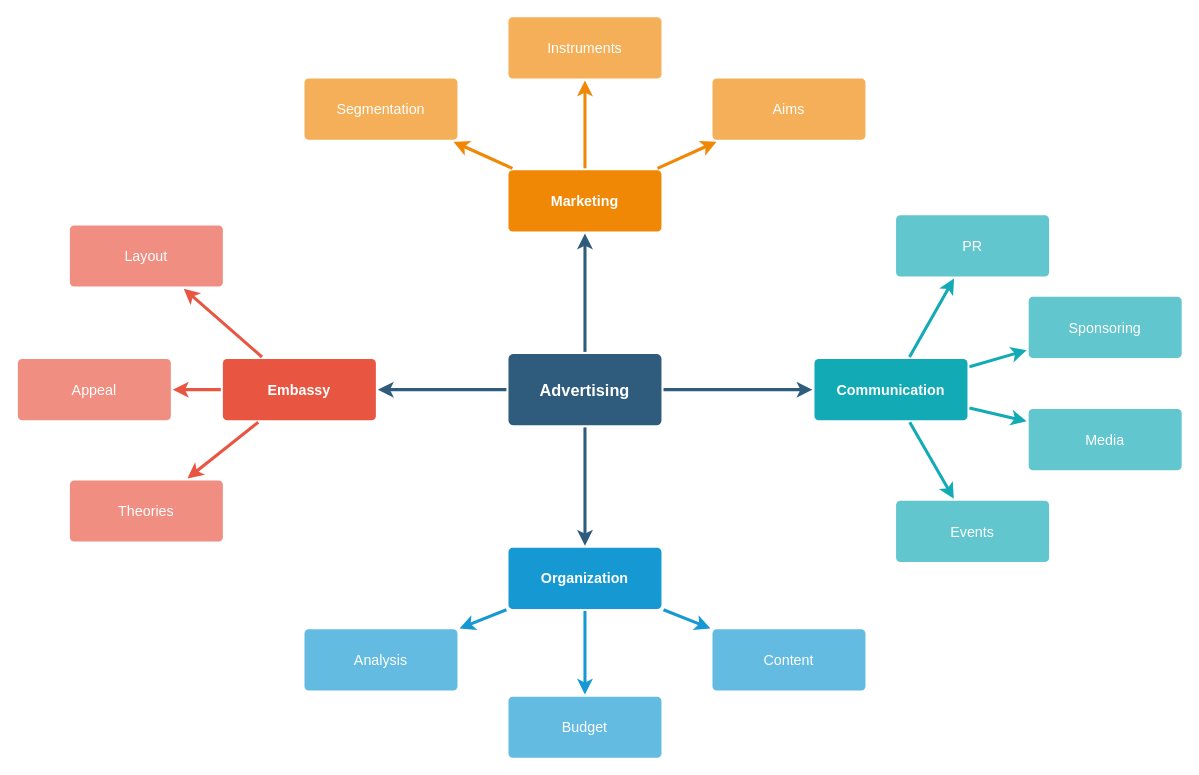
Earlier version of the draw.io diagram mindmaps.drawio (sivanandjothy/arkangel). Source tidied: cells renumbered, new cells numbered last; positions are measured from the earlier drawing's top-left corner, leaving out a move shared by most shapes. Both pictures are drawn from the tidied source at 102%, with x=0, y=0 at pixel (17, 16).
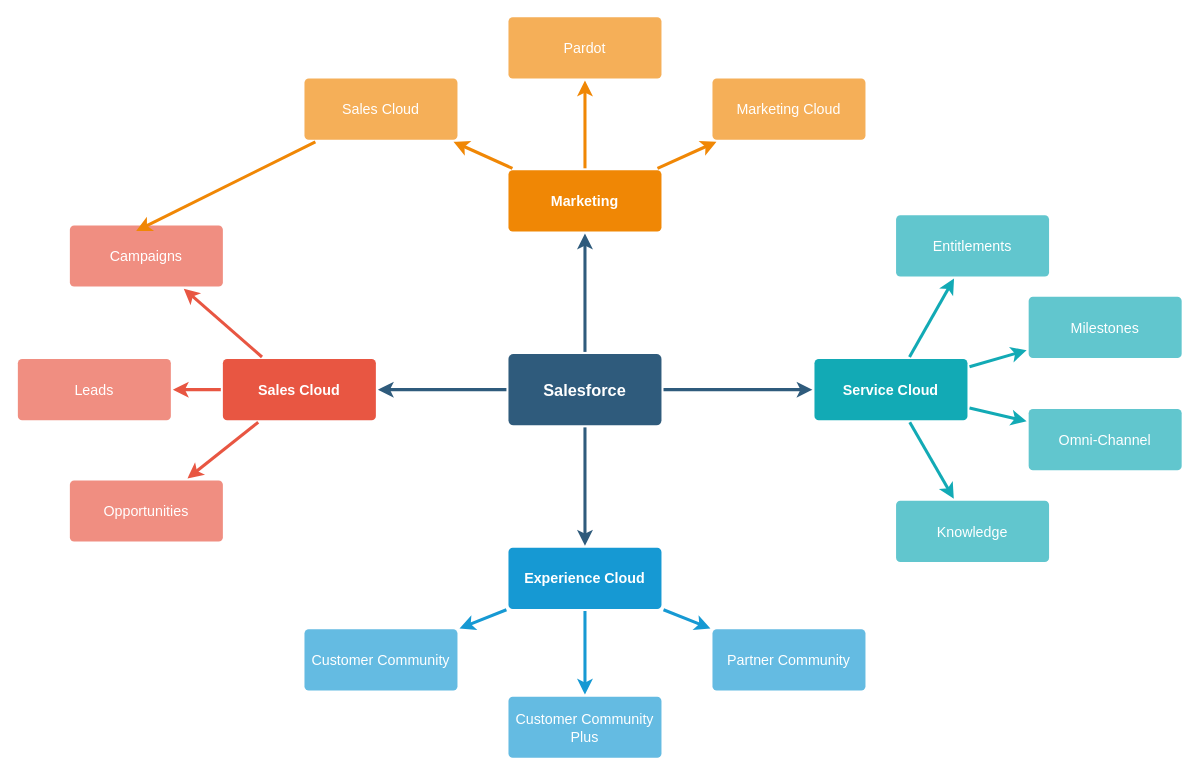
After the change.

What changed in the source:
```diff
@@
-    <mxCell id="6" value="Advertising" style="rounded=1;whiteSpace=wrap;html=1;shadow=0;labelBackgroundColor=none;strokeColor=none;strokeWidth=3;fillColor=#2F5B7C;fontFamily=Helvetica;fontSize=16;fontColor=#FFFFFF;align=center;fontStyle=1;spacing=5;arcSize=7;perimeterSpacing=2;" parent="1" vertex="1">
+    <mxCell id="6" value="Salesforce" style="rounded=1;whiteSpace=wrap;html=1;shadow=0;labelBackgroundColor=none;strokeColor=none;strokeWidth=3;fillColor=#2F5B7C;fontFamily=Helvetica;fontSize=16;fontColor=#FFFFFF;align=center;fontStyle=1;spacing=5;arcSize=7;perimeterSpacing=2;" parent="1" vertex="1">
       <mxGeometry x="481" y="330.5" width="150" height="70" as="geometry" />
     </mxCell>
@@
-    <mxCell id="10" value="Embassy" style="rounded=1;whiteSpace=wrap;html=1;shadow=0;labelBackgroundColor=none;strokeColor=none;strokeWidth=3;fillColor=#e85642;fontFamily=Helvetica;fontSize=14;fontColor=#FFFFFF;align=center;spacing=5;fontStyle=1;arcSize=7;perimeterSpacing=2;" parent="1" vertex="1">
+    <mxCell id="10" value="Sales Cloud" style="rounded=1;whiteSpace=wrap;html=1;shadow=0;labelBackgroundColor=none;strokeColor=none;strokeWidth=3;fillColor=#e85642;fontFamily=Helvetica;fontSize=14;fontColor=#FFFFFF;align=center;spacing=5;fontStyle=1;arcSize=7;perimeterSpacing=2;" parent="1" vertex="1">
       <mxGeometry x="201" y="335.5" width="150" height="60" as="geometry" />
     </mxCell>
-    <mxCell id="11" value="Theories" style="rounded=1;whiteSpace=wrap;html=1;shadow=0;labelBackgroundColor=none;strokeColor=none;strokeWidth=3;fillColor=#f08e81;fontFamily=Helvetica;fontSize=14;fontColor=#FFFFFF;align=center;spacing=5;fontStyle=0;arcSize=7;perimeterSpacing=2;" parent="1" vertex="1">
+    <mxCell id="11" value="Opportunities" style="rounded=1;whiteSpace=wrap;html=1;shadow=0;labelBackgroundColor=none;strokeColor=none;strokeWidth=3;fillColor=#f08e81;fontFamily=Helvetica;fontSize=14;fontColor=#FFFFFF;align=center;spacing=5;fontStyle=0;arcSize=7;perimeterSpacing=2;" parent="1" vertex="1">
       <mxGeometry x="51" y="454.5" width="150" height="60" as="geometry" />
     </mxCell>
-    <mxCell id="12" value="Appeal" style="rounded=1;whiteSpace=wrap;html=1;shadow=0;labelBackgroundColor=none;strokeColor=none;strokeWidth=3;fillColor=#f08e81;fontFamily=Helvetica;fontSize=14;fontColor=#FFFFFF;align=center;spacing=5;fontStyle=0;arcSize=7;perimeterSpacing=2;" parent="1" vertex="1">
+    <mxCell id="12" value="Leads" style="rounded=1;whiteSpace=wrap;html=1;shadow=0;labelBackgroundColor=none;strokeColor=none;strokeWidth=3;fillColor=#f08e81;fontFamily=Helvetica;fontSize=14;fontColor=#FFFFFF;align=center;spacing=5;fontStyle=0;arcSize=7;perimeterSpacing=2;" parent="1" vertex="1">
       <mxGeometry y="335.5" width="150" height="60" as="geometry" />
     </mxCell>
-    <mxCell id="13" value="Layout" style="rounded=1;whiteSpace=wrap;html=1;shadow=0;labelBackgroundColor=none;strokeColor=none;strokeWidth=3;fillColor=#f08e81;fontFamily=Helvetica;fontSize=14;fontColor=#FFFFFF;align=center;spacing=5;fontStyle=0;arcSize=7;perimeterSpacing=2;" parent="1" vertex="1">
+    <mxCell id="13" value="Campaigns" style="rounded=1;whiteSpace=wrap;html=1;shadow=0;labelBackgroundColor=none;strokeColor=none;strokeWidth=3;fillColor=#f08e81;fontFamily=Helvetica;fontSize=14;fontColor=#FFFFFF;align=center;spacing=5;fontStyle=0;arcSize=7;perimeterSpacing=2;" parent="1" vertex="1">
       <mxGeometry x="51" y="204.5" width="150" height="60" as="geometry" />
     </mxCell>
@@
-    <mxCell id="17" value="Organization" style="rounded=1;whiteSpace=wrap;html=1;shadow=0;labelBackgroundColor=none;strokeColor=none;strokeWidth=3;fillColor=#1699d3;fontFamily=Helvetica;fontSize=14;fontColor=#FFFFFF;align=center;spacing=5;fontStyle=1;arcSize=7;perimeterSpacing=2;" parent="1" vertex="1">
+    <mxCell id="17" value="Experience Cloud" style="rounded=1;whiteSpace=wrap;html=1;shadow=0;labelBackgroundColor=none;strokeColor=none;strokeWidth=3;fillColor=#1699d3;fontFamily=Helvetica;fontSize=14;fontColor=#FFFFFF;align=center;spacing=5;fontStyle=1;arcSize=7;perimeterSpacing=2;" parent="1" vertex="1">
       <mxGeometry x="481" y="520.5" width="150" height="60" as="geometry" />
     </mxCell>
-    <mxCell id="18" value="Content" style="rounded=1;whiteSpace=wrap;html=1;shadow=0;labelBackgroundColor=none;strokeColor=none;strokeWidth=3;fillColor=#64bbe2;fontFamily=Helvetica;fontSize=14;fontColor=#FFFFFF;align=center;spacing=5;arcSize=7;perimeterSpacing=2;" parent="1" vertex="1">
+    <mxCell id="18" value="Partner Community" style="rounded=1;whiteSpace=wrap;html=1;shadow=0;labelBackgroundColor=none;strokeColor=none;strokeWidth=3;fillColor=#64bbe2;fontFamily=Helvetica;fontSize=14;fontColor=#FFFFFF;align=center;spacing=5;arcSize=7;perimeterSpacing=2;" parent="1" vertex="1">
       <mxGeometry x="681" y="600.5" width="150" height="60" as="geometry" />
     </mxCell>
-    <mxCell id="19" value="Budget" style="rounded=1;whiteSpace=wrap;html=1;shadow=0;labelBackgroundColor=none;strokeColor=none;strokeWidth=3;fillColor=#64bbe2;fontFamily=Helvetica;fontSize=14;fontColor=#FFFFFF;align=center;spacing=5;arcSize=7;perimeterSpacing=2;" parent="1" vertex="1">
+    <mxCell id="19" value="Customer Community Plus" style="rounded=1;whiteSpace=wrap;html=1;shadow=0;labelBackgroundColor=none;strokeColor=none;strokeWidth=3;fillColor=#64bbe2;fontFamily=Helvetica;fontSize=14;fontColor=#FFFFFF;align=center;spacing=5;arcSize=7;perimeterSpacing=2;" parent="1" vertex="1">
       <mxGeometry x="481" y="666.5" width="150" height="60" as="geometry" />
     </mxCell>
-    <mxCell id="20" value="Analysis" style="rounded=1;whiteSpace=wrap;html=1;shadow=0;labelBackgroundColor=none;strokeColor=none;strokeWidth=3;fillColor=#64bbe2;fontFamily=Helvetica;fontSize=14;fontColor=#FFFFFF;align=center;spacing=5;arcSize=7;perimeterSpacing=2;" parent="1" vertex="1">
+    <mxCell id="20" value="Customer Community" style="rounded=1;whiteSpace=wrap;html=1;shadow=0;labelBackgroundColor=none;strokeColor=none;strokeWidth=3;fillColor=#64bbe2;fontFamily=Helvetica;fontSize=14;fontColor=#FFFFFF;align=center;spacing=5;arcSize=7;perimeterSpacing=2;" parent="1" vertex="1">
       <mxGeometry x="281" y="600.5" width="150" height="60" as="geometry" />
     </mxCell>
@@
-    <mxCell id="22" value="Aims&lt;br&gt;" style="rounded=1;whiteSpace=wrap;html=1;shadow=0;labelBackgroundColor=none;strokeColor=none;strokeWidth=3;fillColor=#f5af58;fontFamily=Helvetica;fontSize=14;fontColor=#FFFFFF;align=center;spacing=5;arcSize=7;perimeterSpacing=2;" parent="1" vertex="1">
+    <mxCell id="22" value="Marketing Cloud" style="rounded=1;whiteSpace=wrap;html=1;shadow=0;labelBackgroundColor=none;strokeColor=none;strokeWidth=3;fillColor=#f5af58;fontFamily=Helvetica;fontSize=14;fontColor=#FFFFFF;align=center;spacing=5;arcSize=7;perimeterSpacing=2;" parent="1" vertex="1">
       <mxGeometry x="681" y="60.5" width="150" height="60" as="geometry" />
     </mxCell>
@@
-    <mxCell id="24" value="Instruments" style="rounded=1;whiteSpace=wrap;html=1;shadow=0;labelBackgroundColor=none;strokeColor=none;strokeWidth=3;fillColor=#f5af58;fontFamily=Helvetica;fontSize=14;fontColor=#FFFFFF;align=center;spacing=5;arcSize=7;perimeterSpacing=2;" parent="1" vertex="1">
+    <mxCell id="24" value="Pardot" style="rounded=1;whiteSpace=wrap;html=1;shadow=0;labelBackgroundColor=none;strokeColor=none;strokeWidth=3;fillColor=#f5af58;fontFamily=Helvetica;fontSize=14;fontColor=#FFFFFF;align=center;spacing=5;arcSize=7;perimeterSpacing=2;" parent="1" vertex="1">
       <mxGeometry x="481" y="0.5" width="150" height="60" as="geometry" />
     </mxCell>
@@
+    <mxCell id="37" style="edgeStyle=none;shape=connector;rounded=0;jumpStyle=none;jettySize=auto;html=1;entryX=0.435;entryY=0.117;entryDx=0;entryDy=0;entryPerimeter=0;shadow=0;labelBackgroundColor=none;strokeColor=#F08705;strokeWidth=3;fontFamily=Helvetica;fontSize=14;fontColor=#FFFFFF;startArrow=none;startFill=0;endArrow=classic;endFill=1;" parent="1" edge="1" source="26" target="13">
+      <mxGeometry relative="1" as="geometry" />
+    </mxCell>
-    <mxCell id="26" value="Segmentation" style="rounded=1;whiteSpace=wrap;html=1;shadow=0;labelBackgroundColor=none;strokeColor=none;strokeWidth=3;fillColor=#f5af58;fontFamily=Helvetica;fontSize=14;fontColor=#FFFFFF;align=center;spacing=5;arcSize=7;perimeterSpacing=2;" parent="1" vertex="1">
+    <mxCell id="26" value="Sales Cloud" style="rounded=1;whiteSpace=wrap;html=1;shadow=0;labelBackgroundColor=none;strokeColor=none;strokeWidth=3;fillColor=#f5af58;fontFamily=Helvetica;fontSize=14;fontColor=#FFFFFF;align=center;spacing=5;arcSize=7;perimeterSpacing=2;" parent="1" vertex="1">
       <mxGeometry x="281" y="60.5" width="150" height="60" as="geometry" />
     </mxCell>
@@
-    <mxCell id="28" value="Communication" style="rounded=1;whiteSpace=wrap;html=1;shadow=0;labelBackgroundColor=none;strokeColor=none;strokeWidth=3;fillColor=#12aab5;fontFamily=Helvetica;fontSize=14;fontColor=#FFFFFF;align=center;spacing=5;fontStyle=1;arcSize=7;perimeterSpacing=2;" parent="1" vertex="1">
+    <mxCell id="28" value="Service Cloud" style="rounded=1;whiteSpace=wrap;html=1;shadow=0;labelBackgroundColor=none;strokeColor=none;strokeWidth=3;fillColor=#12aab5;fontFamily=Helvetica;fontSize=14;fontColor=#FFFFFF;align=center;spacing=5;fontStyle=1;arcSize=7;perimeterSpacing=2;" parent="1" vertex="1">
       <mxGeometry x="781" y="335.5" width="150" height="60" as="geometry" />
     </mxCell>
-    <mxCell id="29" value="Events" style="rounded=1;whiteSpace=wrap;html=1;shadow=0;labelBackgroundColor=none;strokeColor=none;strokeWidth=3;fillColor=#61c6ce;fontFamily=Helvetica;fontSize=14;fontColor=#FFFFFF;align=center;spacing=5;fontStyle=0;arcSize=7;perimeterSpacing=2;" parent="1" vertex="1">
+    <mxCell id="29" value="Knowledge" style="rounded=1;whiteSpace=wrap;html=1;shadow=0;labelBackgroundColor=none;strokeColor=none;strokeWidth=3;fillColor=#61c6ce;fontFamily=Helvetica;fontSize=14;fontColor=#FFFFFF;align=center;spacing=5;fontStyle=0;arcSize=7;perimeterSpacing=2;" parent="1" vertex="1">
       <mxGeometry x="861" y="474.5" width="150" height="60" as="geometry" />
     </mxCell>
@@
-    <mxCell id="31" value="Media" style="rounded=1;whiteSpace=wrap;html=1;shadow=0;labelBackgroundColor=none;strokeColor=none;strokeWidth=3;fillColor=#61c6ce;fontFamily=Helvetica;fontSize=14;fontColor=#FFFFFF;align=center;spacing=5;fontStyle=0;arcSize=7;perimeterSpacing=2;" parent="1" vertex="1">
+    <mxCell id="31" value="Omni-Channel" style="rounded=1;whiteSpace=wrap;html=1;shadow=0;labelBackgroundColor=none;strokeColor=none;strokeWidth=3;fillColor=#61c6ce;fontFamily=Helvetica;fontSize=14;fontColor=#FFFFFF;align=center;spacing=5;fontStyle=0;arcSize=7;perimeterSpacing=2;" parent="1" vertex="1">
       <mxGeometry x="991" y="384.5" width="150" height="60" as="geometry" />
     </mxCell>
@@
-    <mxCell id="33" value="Sponsoring" style="rounded=1;whiteSpace=wrap;html=1;shadow=0;labelBackgroundColor=none;strokeColor=none;strokeWidth=3;fillColor=#61c6ce;fontFamily=Helvetica;fontSize=14;fontColor=#FFFFFF;align=center;spacing=5;fontStyle=0;arcSize=7;perimeterSpacing=2;" parent="1" vertex="1">
+    <mxCell id="33" value="Milestones" style="rounded=1;whiteSpace=wrap;html=1;shadow=0;labelBackgroundColor=none;strokeColor=none;strokeWidth=3;fillColor=#61c6ce;fontFamily=Helvetica;fontSize=14;fontColor=#FFFFFF;align=center;spacing=5;fontStyle=0;arcSize=7;perimeterSpacing=2;" parent="1" vertex="1">
       <mxGeometry x="991" y="274.5" width="150" height="60" as="geometry" />
     </mxCell>
@@
-    <mxCell id="35" value="PR" style="rounded=1;whiteSpace=wrap;html=1;shadow=0;labelBackgroundColor=none;strokeColor=none;strokeWidth=3;fillColor=#61c6ce;fontFamily=Helvetica;fontSize=14;fontColor=#FFFFFF;align=center;spacing=5;fontStyle=0;arcSize=7;perimeterSpacing=2;" parent="1" vertex="1">
+    <mxCell id="35" value="Entitlements" style="rounded=1;whiteSpace=wrap;html=1;shadow=0;labelBackgroundColor=none;strokeColor=none;strokeWidth=3;fillColor=#61c6ce;fontFamily=Helvetica;fontSize=14;fontColor=#FFFFFF;align=center;spacing=5;fontStyle=0;arcSize=7;perimeterSpacing=2;" parent="1" vertex="1">
       <mxGeometry x="861" y="194.5" width="150" height="60" as="geometry" />
     </mxCell>
```
